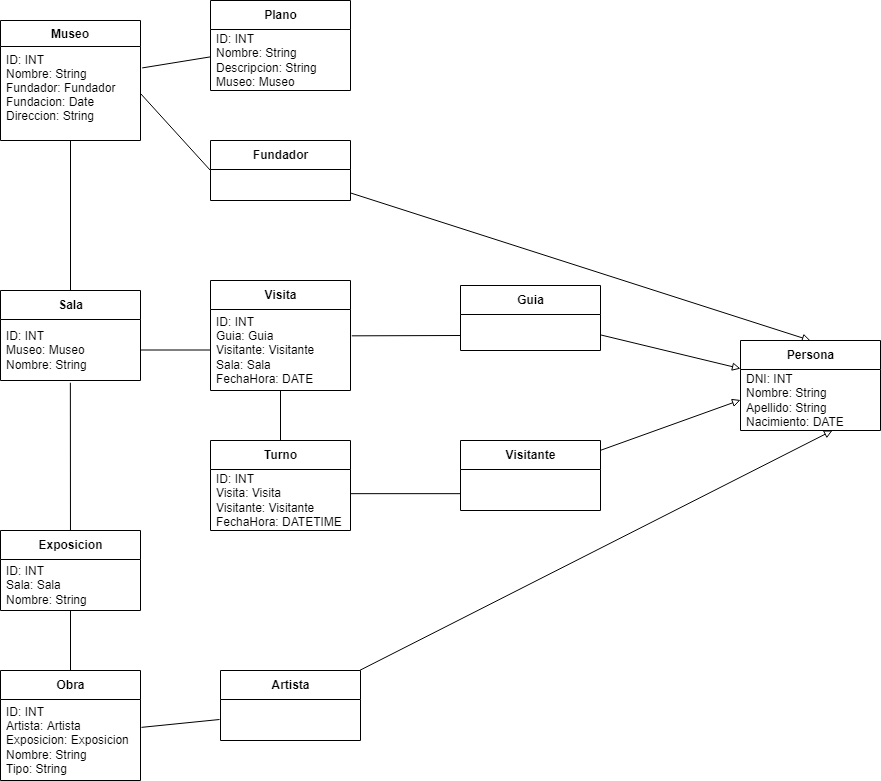
Earlier version of the draw.io export docs/Diagrama_de_Clases.drawio.png (ArturoCruz606/OlimpiadaMuseo2022). Source tidied: cells renumbered, new cells last; positions are measured from the earlier drawing's top-left corner, leaving out a move shared by most shapes.
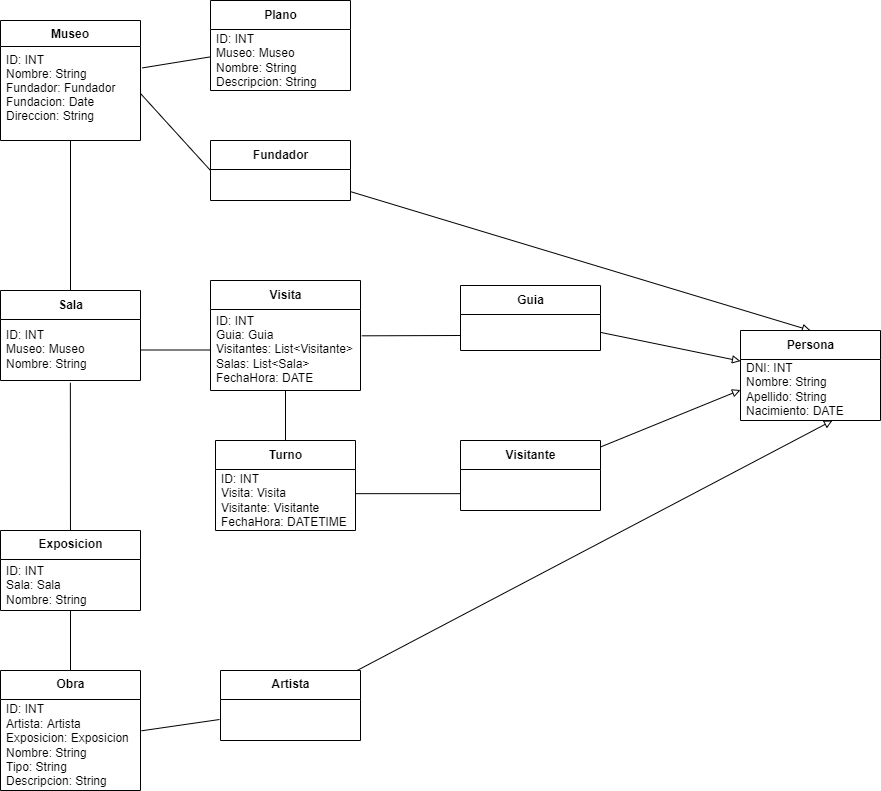
After the commit.

What changed in the source:
```diff
@@ -14,7 +14,7 @@
     <mxCell id="5" value="&lt;span style=&quot;text-align: left&quot;&gt;Plano&lt;/span&gt;" style="swimlane;fontStyle=1;align=center;verticalAlign=middle;horizontal=1;startSize=29;html=1;" parent="1" vertex="1">
       <mxGeometry x="210" width="140" height="90" as="geometry" />
     </mxCell>
-    <mxCell id="6" value="ID: INT&lt;br&gt;Nombre: String&lt;br&gt;Descripcion: String&lt;br&gt;Museo: Museo" style="text;html=1;strokeColor=none;fillColor=none;align=left;verticalAlign=middle;spacingLeft=4;spacingRight=4;overflow=hidden;" parent="5" vertex="1">
+    <mxCell id="6" value="ID: INT&lt;br&gt;Museo: Museo&lt;br&gt;Nombre: String&lt;br&gt;Descripcion: String" style="text;html=1;strokeColor=none;fillColor=none;align=left;verticalAlign=middle;spacingLeft=4;spacingRight=4;overflow=hidden;" parent="5" vertex="1">
       <mxGeometry y="29" width="140" height="61" as="geometry" />
     </mxCell>
     <mxCell id="7" style="edgeStyle=none;html=1;entryX=0.499;entryY=1.037;entryDx=0;entryDy=0;entryPerimeter=0;startArrow=none;startFill=0;endArrow=none;endFill=0;" parent="1" edge="1" source="9" target="22">
@@ -33,10 +33,10 @@
       <mxGeometry relative="1" as="geometry" />
     </mxCell>
     <mxCell id="12" value="Visita" style="swimlane;fontStyle=1;align=center;verticalAlign=middle;horizontal=1;startSize=29;html=1;" parent="1" vertex="1">
-      <mxGeometry x="210" y="280" width="140" height="110" as="geometry" />
+      <mxGeometry x="210" y="280" width="150" height="110" as="geometry" />
     </mxCell>
-    <mxCell id="13" value="&lt;div&gt;&lt;span&gt;ID: INT&lt;/span&gt;&lt;/div&gt;&lt;div&gt;&lt;span&gt;Guia: Guia&lt;/span&gt;&lt;/div&gt;&lt;div&gt;&lt;span&gt;Visitante: Visitante&lt;/span&gt;&lt;/div&gt;&lt;div&gt;&lt;span&gt;Sala: Sala&lt;/span&gt;&lt;/div&gt;&lt;div&gt;&lt;span&gt;FechaHora: DATE&amp;nbsp;&lt;/span&gt;&lt;/div&gt;" style="text;html=1;strokeColor=none;fillColor=none;align=left;verticalAlign=middle;spacingLeft=4;spacingRight=4;overflow=hidden;points=[[0,0.5],[1,0.5]];portConstraint=eastwest;" parent="12" vertex="1">
-      <mxGeometry y="29" width="140" height="81" as="geometry" />
+    <mxCell id="13" value="&lt;div&gt;&lt;span&gt;ID: INT&lt;/span&gt;&lt;/div&gt;&lt;div&gt;&lt;span&gt;Guia: Guia&lt;/span&gt;&lt;/div&gt;&lt;div&gt;&lt;span&gt;Visitantes: List&amp;lt;Visitante&amp;gt;&lt;/span&gt;&lt;/div&gt;&lt;div&gt;&lt;span&gt;Salas: List&amp;lt;Sala&amp;gt;&lt;/span&gt;&lt;/div&gt;&lt;div&gt;&lt;span&gt;FechaHora: DATE&amp;nbsp;&lt;/span&gt;&lt;/div&gt;" style="text;html=1;strokeColor=none;fillColor=none;align=left;verticalAlign=middle;spacingLeft=4;spacingRight=4;overflow=hidden;points=[[0,0.5],[1,0.5]];portConstraint=eastwest;" parent="12" vertex="1">
+      <mxGeometry y="29" width="150" height="81" as="geometry" />
     </mxCell>
     <mxCell id="14" style="edgeStyle=none;html=1;entryX=0;entryY=0.5;entryDx=0;entryDy=0;endArrow=block;endFill=0;" parent="1" edge="1" source="15" target="36">
       <mxGeometry relative="1" as="geometry" />
@@ -48,7 +48,7 @@
       <mxGeometry relative="1" as="geometry" />
     </mxCell>
     <mxCell id="17" value="Turno" style="swimlane;fontStyle=1;align=center;verticalAlign=middle;horizontal=1;startSize=29;html=1;" parent="1" vertex="1">
-      <mxGeometry x="210" y="440" width="140" height="90" as="geometry" />
+      <mxGeometry x="215" y="440" width="140" height="90" as="geometry" />
     </mxCell>
     <mxCell id="18" value="&lt;div&gt;&lt;span&gt;ID: INT&lt;/span&gt;&lt;/div&gt;&lt;div&gt;&lt;span&gt;Visita: Visita&lt;/span&gt;&lt;/div&gt;&lt;div&gt;&lt;span&gt;Visitante: Visitante&lt;/span&gt;&lt;/div&gt;&lt;div&gt;&lt;span&gt;FechaHora: DATETIME&lt;/span&gt;&lt;/div&gt;" style="text;html=1;strokeColor=none;fillColor=none;align=left;verticalAlign=middle;spacingLeft=4;spacingRight=4;overflow=hidden;points=[[0,0.5],[1,0.5]];portConstraint=eastwest;" parent="17" vertex="1">
       <mxGeometry y="29" width="140" height="61" as="geometry" />
@@ -97,10 +97,10 @@
       <mxGeometry x="220" y="670" width="140" height="70" as="geometry" />
     </mxCell>
     <mxCell id="32" value="Obra" style="swimlane;fontStyle=1;align=center;verticalAlign=middle;horizontal=1;startSize=29;html=1;" parent="1" vertex="1">
-      <mxGeometry y="670" width="140" height="110" as="geometry" />
+      <mxGeometry y="670" width="140" height="120" as="geometry" />
     </mxCell>
-    <mxCell id="33" value="ID: INT&lt;br&gt;Artista: Artista&lt;br&gt;Exposicion: Exposicion&lt;br&gt;Nombre: String&lt;br&gt;Tipo: String" style="text;html=1;strokeColor=none;fillColor=none;align=left;verticalAlign=middle;spacingLeft=4;spacingRight=4;overflow=hidden;points=[[0,0.5],[1,0.5]];portConstraint=eastwest;" parent="32" vertex="1">
-      <mxGeometry y="29" width="140" height="81" as="geometry" />
+    <mxCell id="33" value="ID: INT&lt;br&gt;Artista: Artista&lt;br&gt;Exposicion: Exposicion&lt;br&gt;Nombre: String&lt;br&gt;Tipo: String&lt;br&gt;Descripcion: String" style="text;html=1;strokeColor=none;fillColor=none;align=left;verticalAlign=middle;spacingLeft=4;spacingRight=4;overflow=hidden;points=[[0,0.5],[1,0.5]];portConstraint=eastwest;" parent="32" vertex="1">
+      <mxGeometry y="29" width="140" height="91" as="geometry" />
     </mxCell>
     <mxCell id="34" style="edgeStyle=none;html=1;entryX=1.007;entryY=0.344;entryDx=0;entryDy=0;entryPerimeter=0;startArrow=none;startFill=0;endArrow=none;endFill=0;exitX=-0.007;exitY=0.328;exitDx=0;exitDy=0;exitPerimeter=0;" parent="1" edge="1" target="33">
       <mxGeometry relative="1" as="geometry">
@@ -108,7 +108,7 @@
       </mxGeometry>
     </mxCell>
     <mxCell id="35" value="Persona" style="swimlane;fontStyle=1;align=center;verticalAlign=middle;horizontal=1;startSize=29;html=1;" parent="1" vertex="1">
-      <mxGeometry x="740" y="340" width="140" height="90" as="geometry" />
+      <mxGeometry x="740" y="330" width="140" height="90" as="geometry" />
     </mxCell>
     <mxCell id="36" value="DNI: INT&lt;br&gt;Nombre: String&lt;br&gt;Apellido: String&lt;br&gt;Nacimiento: DATE" style="text;html=1;strokeColor=none;fillColor=none;align=left;verticalAlign=middle;spacingLeft=4;spacingRight=4;overflow=hidden;points=[[0,0.5],[1,0.5]];portConstraint=eastwest;" parent="35" vertex="1">
       <mxGeometry y="29" width="140" height="61" as="geometry" />
```
